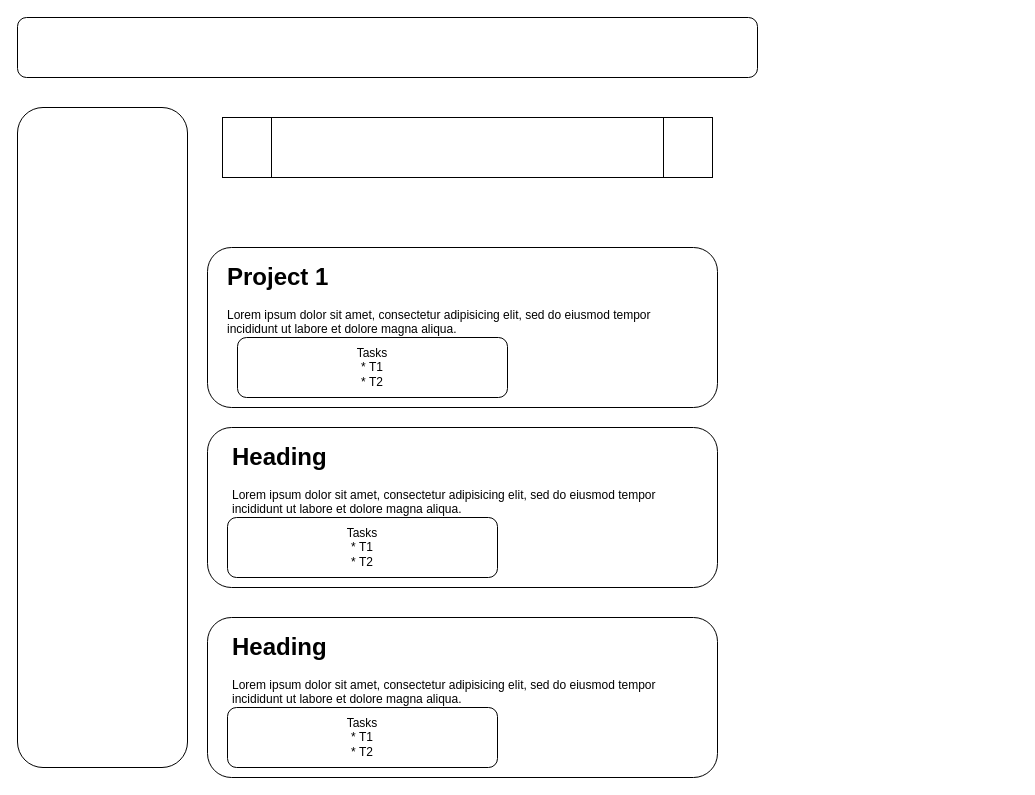
turkayurkmez/ngMigros keeps this draw.io diagram as projectManagement/mock-up.drawio. Above is the earlier version. Source tidied: cells renumbered, new cells numbered last; positions are measured from the earlier drawing's top-left corner, leaving out a move shared by most shapes. Both pictures are drawn from the tidied source at 100%, with x=0, y=0 at pixel (17, 17).
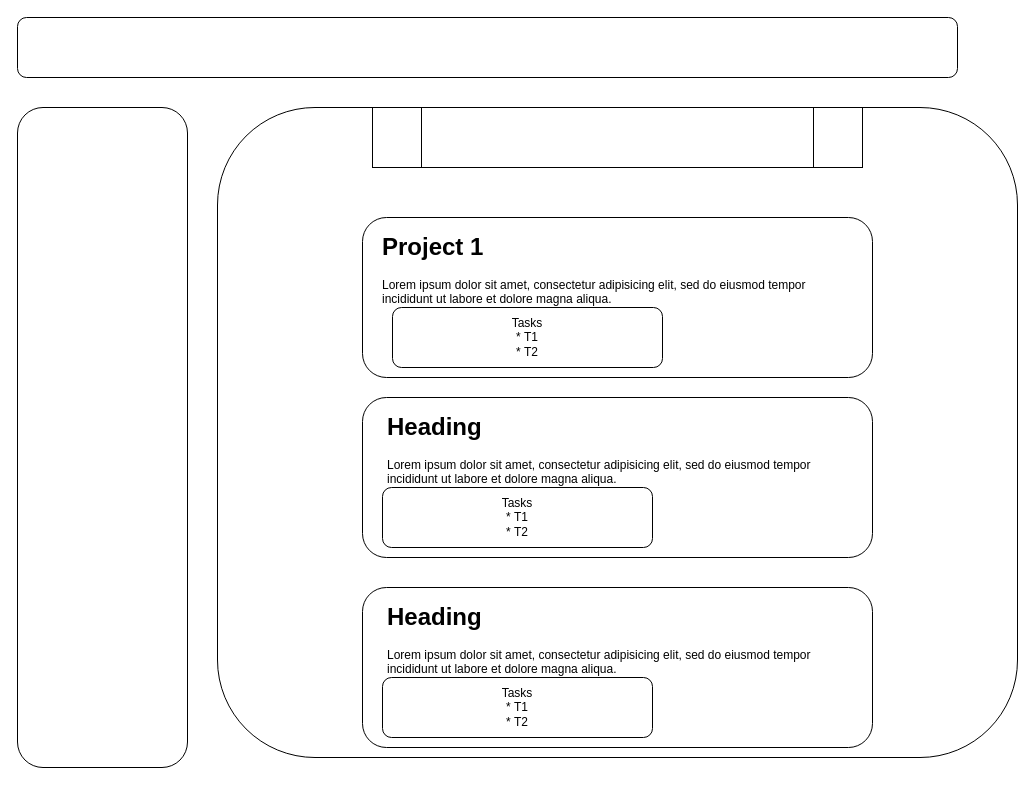
Above is the later version.

The edit, as a diff of the source:
```diff
@@
 <mxGraphModel>
   <root>
     <mxCell id="0" />
     <mxCell id="1" parent="0" />
     <mxCell id="2" style="rounded=1;whiteSpace=wrap;html=1;" parent="1" vertex="1">
       <mxGeometry y="90" width="170" height="660" as="geometry" />
     </mxCell>
-    <mxCell id="3" style="rounded=1;whiteSpace=wrap;html=1;" parent="1" vertex="1">
-      <mxGeometry x="190" y="230" width="510" height="160" as="geometry" />
-    </mxCell>
+    <mxCell id="13" style="rounded=1;whiteSpace=wrap;html=1;" parent="1" vertex="1">
+      <mxGeometry width="940" height="60" as="geometry" />
+    </mxCell>
+    <mxCell id="14" style="rounded=1;whiteSpace=wrap;html=1;" parent="1" vertex="1">
+      <mxGeometry x="200" y="90" width="800" height="650" as="geometry" />
+    </mxCell>
+    <mxCell id="15" style="rounded=1;whiteSpace=wrap;html=1;" parent="1" vertex="1">
+      <mxGeometry x="345" y="200" width="510" height="160" as="geometry" />
+    </mxCell>
     <mxCell id="4" value="&lt;h1&gt;Project 1&lt;/h1&gt;&lt;p&gt;Lorem ipsum dolor sit amet, consectetur adipisicing elit, sed do eiusmod tempor incididunt ut labore et dolore magna aliqua.&lt;/p&gt;" style="text;html=1;strokeColor=none;fillColor=none;spacing=5;spacingTop=-20;whiteSpace=wrap;overflow=hidden;rounded=0;" parent="1" vertex="1">
-      <mxGeometry x="205" y="240" width="480" height="90" as="geometry" />
+      <mxGeometry x="360" y="210" width="480" height="90" as="geometry" />
     </mxCell>
-    <mxCell id="5" value="Tasks&lt;br&gt;* T1&lt;br&gt;* T2" style="rounded=1;whiteSpace=wrap;html=1;" parent="1" vertex="1">
-      <mxGeometry x="220" y="320" width="270" height="60" as="geometry" />
-    </mxCell>
-    <mxCell id="6" style="rounded=1;whiteSpace=wrap;html=1;" parent="1" vertex="1">
-      <mxGeometry x="190" y="410" width="510" height="160" as="geometry" />
-    </mxCell>
-    <mxCell id="7" value="&lt;h1&gt;Heading&lt;/h1&gt;&lt;p&gt;Lorem ipsum dolor sit amet, consectetur adipisicing elit, sed do eiusmod tempor incididunt ut labore et dolore magna aliqua.&lt;/p&gt;" style="text;html=1;strokeColor=none;fillColor=none;spacing=5;spacingTop=-20;whiteSpace=wrap;overflow=hidden;rounded=0;" parent="1" vertex="1">
-      <mxGeometry x="210" y="420" width="480" height="90" as="geometry" />
-    </mxCell>
-    <mxCell id="8" value="Tasks&lt;br&gt;* T1&lt;br&gt;* T2" style="rounded=1;whiteSpace=wrap;html=1;" parent="1" vertex="1">
-      <mxGeometry x="210" y="500" width="270" height="60" as="geometry" />
-    </mxCell>
-    <mxCell id="9" style="rounded=1;whiteSpace=wrap;html=1;" parent="1" vertex="1">
-      <mxGeometry x="190" y="600" width="510" height="160" as="geometry" />
-    </mxCell>
-    <mxCell id="10" value="&lt;h1&gt;Heading&lt;/h1&gt;&lt;p&gt;Lorem ipsum dolor sit amet, consectetur adipisicing elit, sed do eiusmod tempor incididunt ut labore et dolore magna aliqua.&lt;/p&gt;" style="text;html=1;strokeColor=none;fillColor=none;spacing=5;spacingTop=-20;whiteSpace=wrap;overflow=hidden;rounded=0;" parent="1" vertex="1">
-      <mxGeometry x="210" y="610" width="480" height="90" as="geometry" />
-    </mxCell>
-    <mxCell id="11" value="Tasks&lt;br&gt;* T1&lt;br&gt;* T2" style="rounded=1;whiteSpace=wrap;html=1;" parent="1" vertex="1">
-      <mxGeometry x="210" y="690" width="270" height="60" as="geometry" />
-    </mxCell>
-    <mxCell id="12" style="shape=process;whiteSpace=wrap;html=1;backgroundOutline=1;" parent="1" vertex="1">
-      <mxGeometry x="205" y="100" width="490" height="60" as="geometry" />
-    </mxCell>
-    <mxCell id="13" style="rounded=1;whiteSpace=wrap;html=1;" parent="1" vertex="1">
-      <mxGeometry width="740" height="60" as="geometry" />
-    </mxCell>
+    <mxCell id="16" value="Tasks&lt;br&gt;* T1&lt;br&gt;* T2" style="rounded=1;whiteSpace=wrap;html=1;" parent="1" vertex="1">
+      <mxGeometry x="375" y="290" width="270" height="60" as="geometry" />
+    </mxCell>
+    <mxCell id="17" style="rounded=1;whiteSpace=wrap;html=1;" parent="1" vertex="1">
+      <mxGeometry x="345" y="380" width="510" height="160" as="geometry" />
+    </mxCell>
+    <mxCell id="18" value="&lt;h1&gt;Heading&lt;/h1&gt;&lt;p&gt;Lorem ipsum dolor sit amet, consectetur adipisicing elit, sed do eiusmod tempor incididunt ut labore et dolore magna aliqua.&lt;/p&gt;" style="text;html=1;strokeColor=none;fillColor=none;spacing=5;spacingTop=-20;whiteSpace=wrap;overflow=hidden;rounded=0;" parent="1" vertex="1">
+      <mxGeometry x="365" y="390" width="480" height="90" as="geometry" />
+    </mxCell>
+    <mxCell id="19" value="Tasks&lt;br&gt;* T1&lt;br&gt;* T2" style="rounded=1;whiteSpace=wrap;html=1;" parent="1" vertex="1">
+      <mxGeometry x="365" y="470" width="270" height="60" as="geometry" />
+    </mxCell>
+    <mxCell id="20" style="rounded=1;whiteSpace=wrap;html=1;" parent="1" vertex="1">
+      <mxGeometry x="345" y="570" width="510" height="160" as="geometry" />
+    </mxCell>
+    <mxCell id="21" value="&lt;h1&gt;Heading&lt;/h1&gt;&lt;p&gt;Lorem ipsum dolor sit amet, consectetur adipisicing elit, sed do eiusmod tempor incididunt ut labore et dolore magna aliqua.&lt;/p&gt;" style="text;html=1;strokeColor=none;fillColor=none;spacing=5;spacingTop=-20;whiteSpace=wrap;overflow=hidden;rounded=0;" parent="1" vertex="1">
+      <mxGeometry x="365" y="580" width="480" height="90" as="geometry" />
+    </mxCell>
+    <mxCell id="22" value="Tasks&lt;br&gt;* T1&lt;br&gt;* T2" style="rounded=1;whiteSpace=wrap;html=1;" parent="1" vertex="1">
+      <mxGeometry x="365" y="660" width="270" height="60" as="geometry" />
+    </mxCell>
+    <mxCell id="23" style="shape=process;whiteSpace=wrap;html=1;backgroundOutline=1;" parent="1" vertex="1">
+      <mxGeometry x="355" y="90" width="490" height="60" as="geometry" />
+    </mxCell>
   </root>
 </mxGraphModel>
```
